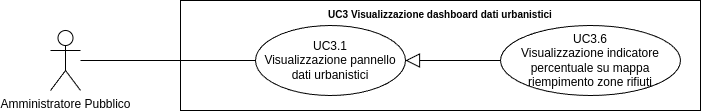
Earlier version of the draw.io export src/3_PB/AnalisiDeiRequisiti/assets/UML/UC3.6_Visualizzazione-indicatore-percentuale-su-mappa-riempimento-zone-rifiuti.png (SWATEngineering/Docs). Source tidied: cells renumbered, new cells last; positions are measured from the earlier drawing's top-left corner, leaving out a move shared by most shapes.
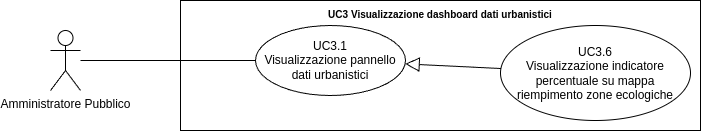
The same diagram one commit later.

Commit message:
apply review

What changed in the source:
```diff
@@ -6,13 +6,13 @@
       <mxGeometry y="30" width="30" height="60" as="geometry" />
     </mxCell>
     <mxCell id="3" value="&lt;b style=&quot;border-color: var(--border-color); font-size: 10px;&quot;&gt;UC3 Visualizzazione dashboard dati urbanistici&lt;/b&gt;" style="shape=rect;html=1;verticalAlign=top;fontStyle=1;whiteSpace=wrap;align=center;" parent="1" vertex="1">
-      <mxGeometry x="130" width="520" height="110" as="geometry" />
+      <mxGeometry x="130" width="520" height="130" as="geometry" />
     </mxCell>
     <mxCell id="4" style="edgeStyle=none;html=1;endArrow=none;verticalAlign=bottom;rounded=0;" parent="1" edge="1" source="2" target="6">
       <mxGeometry relative="1" as="geometry" />
     </mxCell>
-    <mxCell id="5" value="UC3.6&lt;br&gt;Visualizzazione indicatore percentuale su mappa riempimento zone rifiuti" style="ellipse;whiteSpace=wrap;html=1;" parent="1" vertex="1">
-      <mxGeometry x="450" y="25" width="180" height="70" as="geometry" />
+    <mxCell id="5" value="UC3.6&lt;br&gt;Visualizzazione indicatore percentuale su mappa riempimento zone ecologiche" style="ellipse;whiteSpace=wrap;html=1;" parent="1" vertex="1">
+      <mxGeometry x="450" y="25" width="190" height="95" as="geometry" />
     </mxCell>
     <mxCell id="6" value="UC3.1&lt;br style=&quot;border-color: var(--border-color);&quot;&gt;Visualizzazione pannello dati urbanistici" style="ellipse;whiteSpace=wrap;html=1;" parent="1" vertex="1">
       <mxGeometry x="205" y="25" width="150" height="70" as="geometry" />
```
